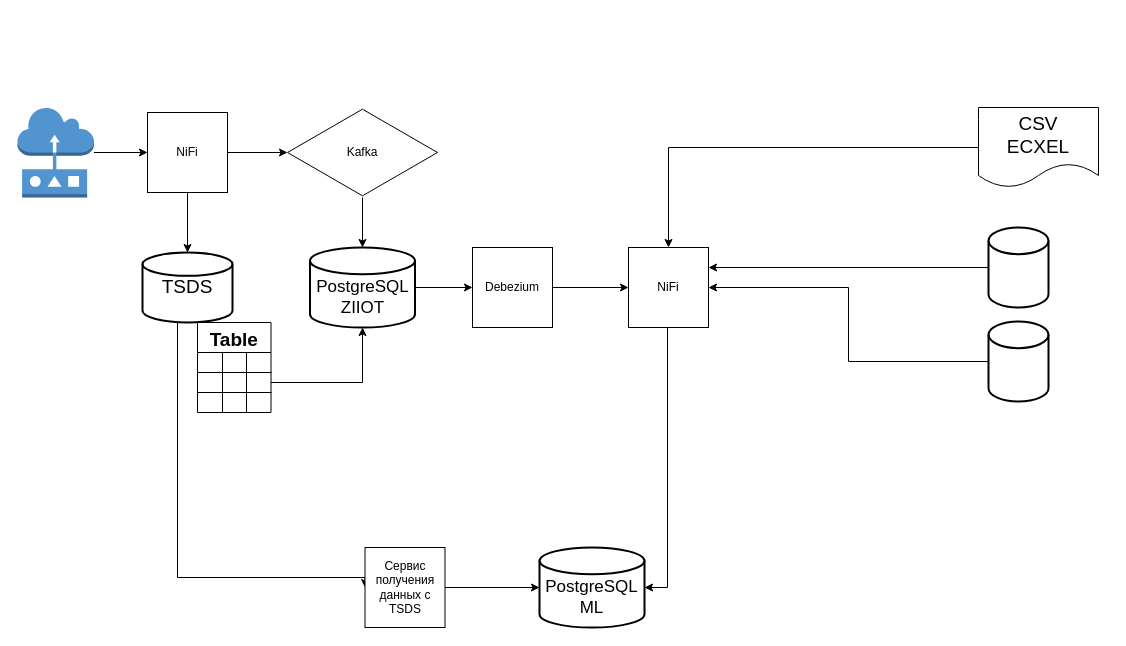
Before: DataFlow.drawio in pavlykav/geek-repo, a draw.io diagram. Source tidied: cells renumbered, new cells numbered last; positions are measured from the earlier drawing's top-left corner, leaving out a move shared by most shapes. Both pictures are drawn from the tidied source at 100%, with x=0, y=0 at pixel (17, 107).
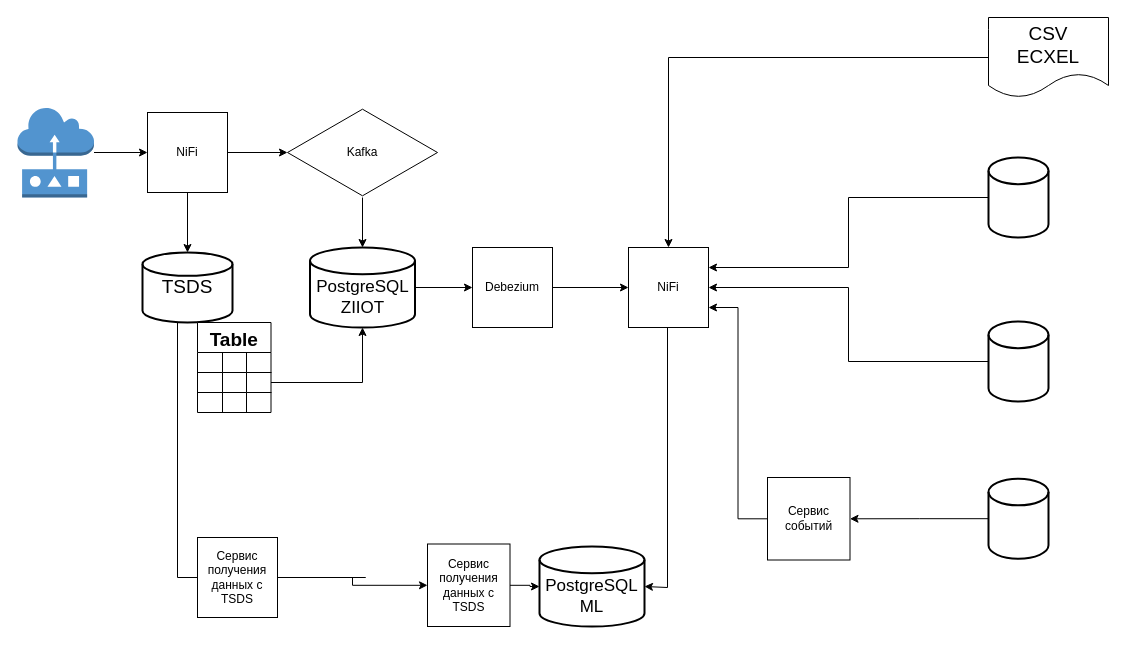
After the change.

Unchanged cells that the change refers to:
```xml
<mxCell id="32" value="NiFi" style="whiteSpace=wrap;html=1;" parent="1" vertex="1">
  <mxGeometry x="611" y="140" width="80" height="80" as="geometry" />
</mxCell>
```

What changed in the source:
```diff
@@
     <mxCell id="16" style="strokeWidth=2;html=1;shape=mxgraph.flowchart.database;whiteSpace=wrap;" parent="1" vertex="1">
-      <mxGeometry x="971" y="120" width="60" height="80" as="geometry" />
+      <mxGeometry x="971" y="50" width="60" height="80" as="geometry" />
     </mxCell>
     <mxCell id="17" value="&lt;br&gt;PostgreSQL ML" style="strokeWidth=2;html=1;shape=mxgraph.flowchart.database;whiteSpace=wrap;fontSize=17;" parent="1" vertex="1">
-      <mxGeometry x="522" y="440" width="105" height="80" as="geometry" />
+      <mxGeometry x="522" y="439" width="105" height="80" as="geometry" />
     </mxCell>
@@
-    <mxCell id="33" style="edgeStyle=orthogonalEdgeStyle;rounded=0;jettySize=auto;html=1;fontSize=19;" parent="1" edge="1" source="34" target="17">
+    <mxCell id="33" style="edgeStyle=orthogonalEdgeStyle;rounded=0;jettySize=auto;html=1;fontSize=19;" parent="1" edge="1" source="34" target="41">
       <mxGeometry relative="1" as="geometry" />
     </mxCell>
     <mxCell id="34" value="Сервис получения данных с TSDS" style="whiteSpace=wrap;html=1;" parent="1" vertex="1">
-      <mxGeometry x="347.5" y="440" width="80" height="80" as="geometry" />
+      <mxGeometry x="180" y="430" width="80" height="80" as="geometry" />
     </mxCell>
@@
     <mxCell id="39" value="CSV&lt;br&gt;ECXEL" style="shape=document;whiteSpace=wrap;html=1;boundedLbl=1;fontSize=19;" parent="1" vertex="1">
-      <mxGeometry x="961" width="120" height="80" as="geometry" />
+      <mxGeometry x="971" y="-90" width="120" height="80" as="geometry" />
     </mxCell>
+    <mxCell id="40" style="edgeStyle=orthogonalEdgeStyle;rounded=0;jettySize=auto;html=1;fontSize=19;" parent="1" edge="1" source="41" target="17">
+      <mxGeometry relative="1" as="geometry" />
+    </mxCell>
+    <mxCell id="41" value="Сервис получения данных с TSDS" style="whiteSpace=wrap;html=1;" parent="1" vertex="1">
+      <mxGeometry x="410" y="436.5" width="82.5" height="82.5" as="geometry" />
+    </mxCell>
+    <mxCell id="42" style="edgeStyle=orthogonalEdgeStyle;rounded=0;jettySize=auto;html=1;entryX=1;entryY=0.75;entryDx=0;entryDy=0;fontSize=19;" parent="1" edge="1" source="43" target="32">
+      <mxGeometry relative="1" as="geometry" />
+    </mxCell>
+    <mxCell id="43" value="Сервис событий" style="whiteSpace=wrap;html=1;" parent="1" vertex="1">
+      <mxGeometry x="750" y="370" width="82.5" height="82.5" as="geometry" />
+    </mxCell>
+    <mxCell id="44" style="edgeStyle=orthogonalEdgeStyle;rounded=0;jettySize=auto;html=1;fontSize=19;" parent="1" edge="1" source="45" target="43">
+      <mxGeometry relative="1" as="geometry" />
+    </mxCell>
+    <mxCell id="45" style="strokeWidth=2;html=1;shape=mxgraph.flowchart.database;whiteSpace=wrap;" parent="1" vertex="1">
+      <mxGeometry x="971" y="371.2" width="60" height="80" as="geometry" />
+    </mxCell>
```
